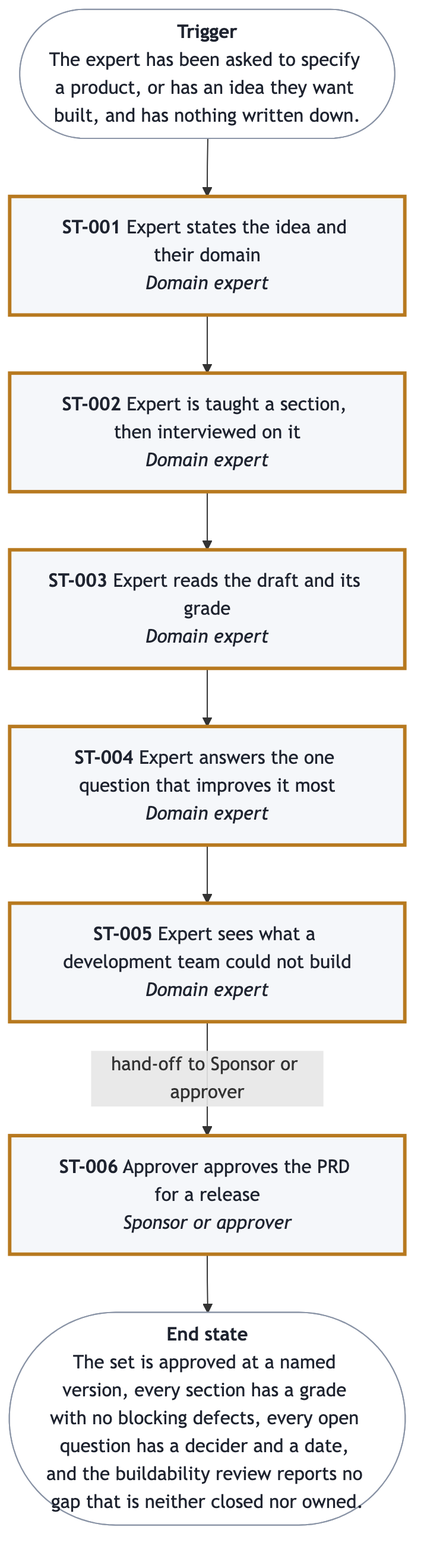
The Mermaid diagram docs/prd/prd-forge/diagrams/J-001.png in SpillwaveSolutions/prd-forge, before a commit. Its source is kept beside it as docs/prd/prd-forge/diagrams/J-001.mmd.
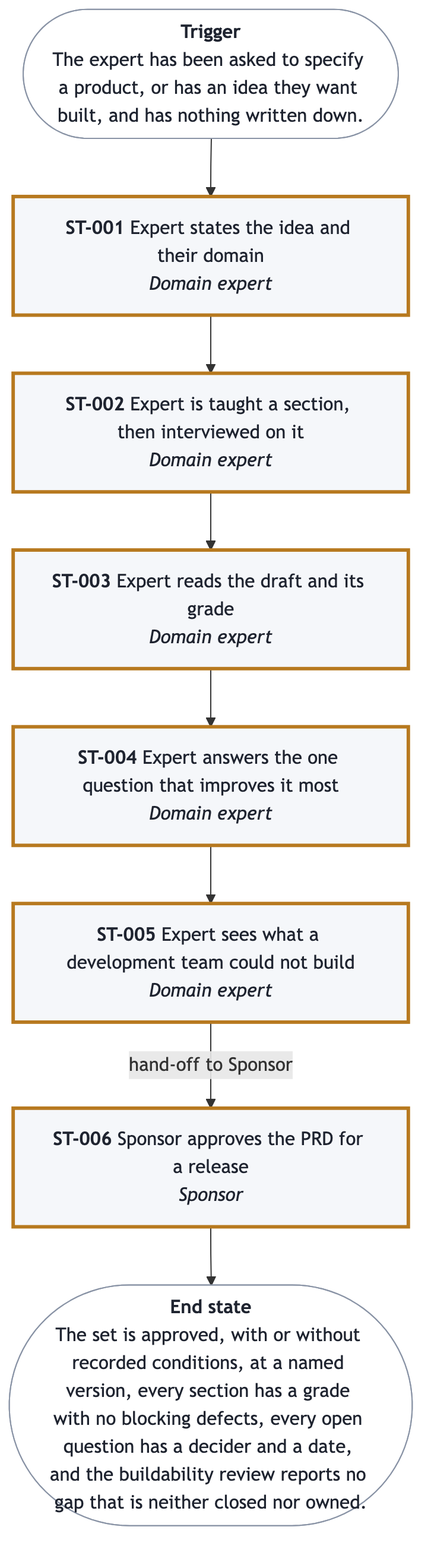
The same diagram one commit later.

What changed in the source:
```diff
@@ -6,14 +6,14 @@
   ST003["<b>ST-003</b> Expert reads the draft and its grade<br/><i>Domain expert</i>"]
   ST004["<b>ST-004</b> Expert answers the one question that improves it most<br/><i>Domain expert</i>"]
   ST005["<b>ST-005</b> Expert sees what a development team could not build<br/><i>Domain expert</i>"]
-  ST006["<b>ST-006</b> Approver approves the PRD for a release<br/><i>Sponsor or approver</i>"]
-  done(["<b>End state</b><br/>The set is approved at a named version, every section has a grade with no blocking defects, every open question has a decider and a date, and the buildability review reports no gap that is neither closed nor owned."])
+  ST006["<b>ST-006</b> Sponsor approves the PRD for a release<br/><i>Sponsor</i>"]
+  done(["<b>End state</b><br/>The set is approved, with or without recorded conditions, at a named version, every section has a grade with no blocking defects, every open question has a decider and a date, and the buildability review reports no gap that is neither closed nor owned."])
   start --> ST001
   ST001 --> ST002
   ST002 --> ST003
   ST003 --> ST004
   ST004 --> ST005
-  ST005 -->|"hand-off to Sponsor or approver"| ST006
+  ST005 -->|"hand-off to Sponsor"| ST006
   ST006 --> done
   classDef stage fill:#F5F7FA,stroke:#8A94A6,color:#1F2430
   classDef ends fill:#FFFFFF,stroke:#8A94A6,color:#1F2430
```
